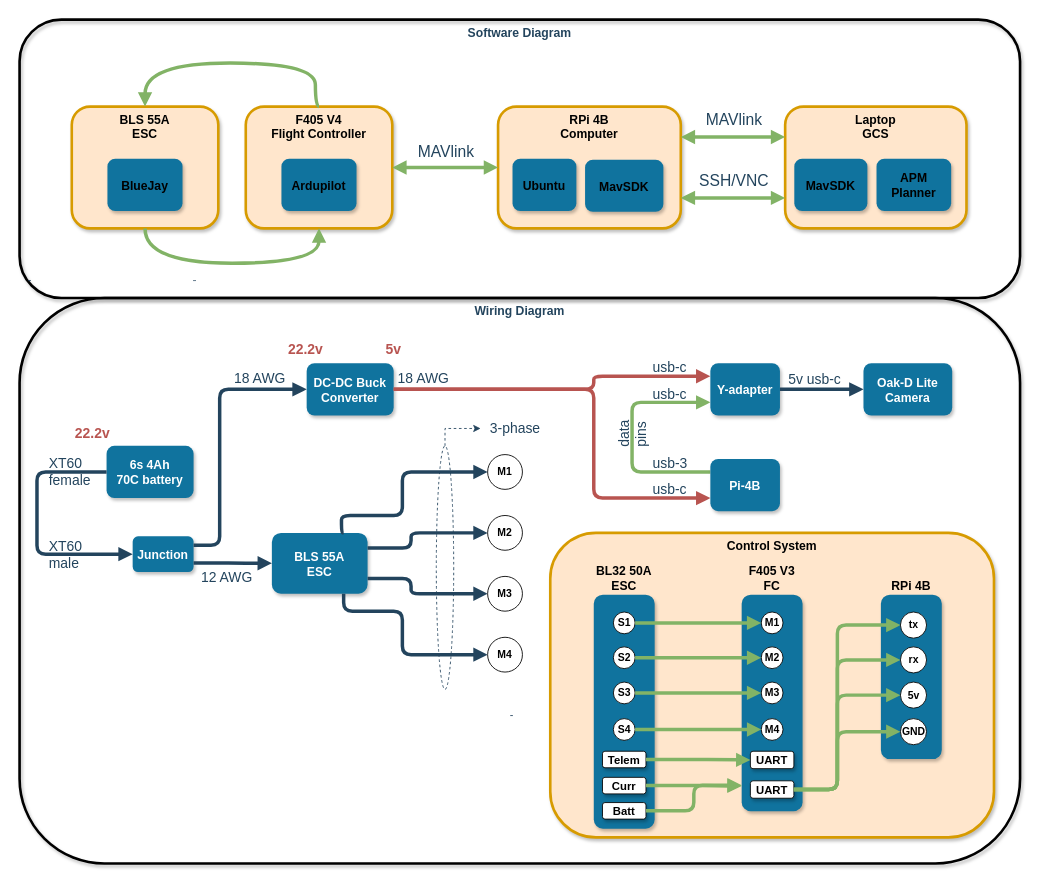
MichaelThamm/autonomous-drone keeps this draw.io diagram as electrical-design/wiring-diagram.drawio. Above is the earlier version. Source tidied: cells renumbered, new cells numbered last; positions are measured from the earlier drawing's top-left corner, leaving out a move shared by most shapes. Both pictures are drawn from the tidied source at 87%, with x=0, y=0 at pixel (19, 19).
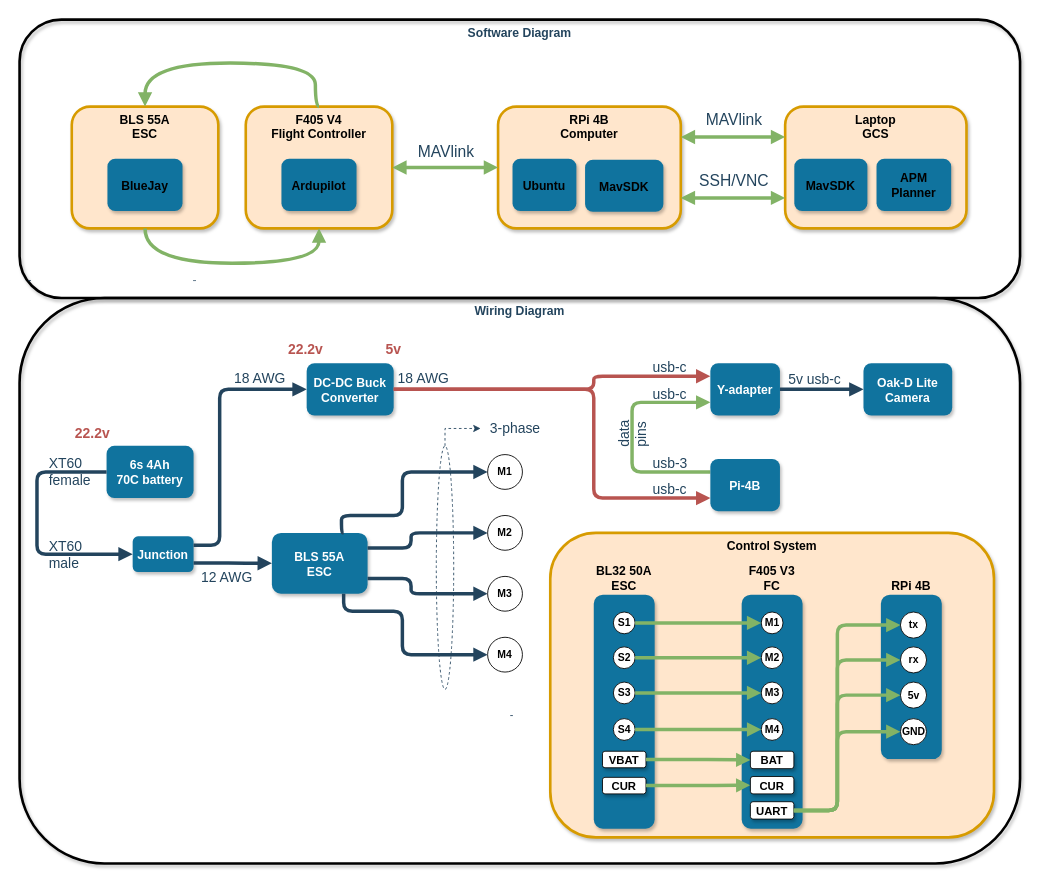
Above is the later version.

Unchanged cells that the change refers to:
```xml
<mxCell id="3" style="group;" parent="1" vertex="1">
  <mxGeometry x="610" y="590" width="510" height="350" as="geometry" />
</mxCell>
```

Diff of the diagram source:
```diff
@@
     <mxCell id="5" value="F405 V3&#10;FC" style="rounded=1;fillColor=#10739E;strokeColor=none;shadow=1;gradientColor=none;fontStyle=1;fontColor=#000000;fontSize=14;verticalAlign=bottom;labelPosition=center;verticalLabelPosition=top;align=center;" parent="3" vertex="1">
-      <mxGeometry x="220" y="71" width="70" height="249" as="geometry" />
+      <mxGeometry x="220" y="71" width="70" height="269" as="geometry" />
     </mxCell>
@@
-    <mxCell id="10" value="UART" style="rounded=1;shadow=1;fontStyle=1;fontSize=13;horizontal=1;" parent="3" vertex="1">
+    <mxCell id="10" value="BAT" style="rounded=1;shadow=1;fontStyle=1;fontSize=13;horizontal=1;" parent="3" vertex="1">
       <mxGeometry x="230" y="251" width="50" height="20" as="geometry" />
     </mxCell>
@@
-    <mxCell id="16" value="Telem" style="rounded=1;shadow=1;fontStyle=1;fontSize=13;horizontal=1;" parent="3" vertex="1">
+    <mxCell id="16" value="VBAT" style="rounded=1;shadow=1;fontStyle=1;fontSize=13;horizontal=1;" parent="3" vertex="1">
       <mxGeometry x="60" y="251" width="50" height="19" as="geometry" />
     </mxCell>
@@
     <mxCell id="27" value="UART" style="rounded=1;shadow=1;fontStyle=1;fontSize=13;horizontal=1;" parent="3" vertex="1">
-      <mxGeometry x="230" y="285" width="50" height="20" as="geometry" />
+      <mxGeometry x="230" y="309" width="50" height="20" as="geometry" />
     </mxCell>
@@
-    <mxCell id="32" value="Curr" style="rounded=1;shadow=1;fontStyle=1;fontSize=13;horizontal=1;" parent="3" vertex="1">
+    <mxCell id="32" value="CUR" style="rounded=1;shadow=1;fontStyle=1;fontSize=13;horizontal=1;" parent="3" vertex="1">
       <mxGeometry x="60" y="281" width="50" height="19" as="geometry" />
     </mxCell>
-    <mxCell id="33" value="Batt" style="rounded=1;shadow=1;fontStyle=1;fontSize=13;horizontal=1;" parent="3" vertex="1">
-      <mxGeometry x="60" y="310" width="50" height="19" as="geometry" />
-    </mxCell>
-    <mxCell id="34" style="edgeStyle=elbowEdgeStyle;strokeWidth=4;endArrow=block;endFill=1;fontStyle=1;strokeColor=#82b366;fillColor=#d5e8d4;exitX=1;exitY=0.5;exitDx=0;exitDy=0;" parent="3" edge="1" source="32">
+    <mxCell id="34" style="edgeStyle=elbowEdgeStyle;strokeWidth=4;endArrow=block;endFill=1;fontStyle=1;strokeColor=#82b366;fillColor=#d5e8d4;exitX=1;exitY=0.5;exitDx=0;exitDy=0;entryX=0;entryY=0.5;entryDx=0;entryDy=0;" parent="3" edge="1" source="32" target="102">
       <mxGeometry x="-1378" y="-1054.5" as="geometry">
-        <mxPoint x="220" y="291" as="targetPoint" />
         <Array as="points">
           <mxPoint x="180" y="280" />
         </Array>
       </mxGeometry>
     </mxCell>
-    <mxCell id="35" style="edgeStyle=elbowEdgeStyle;strokeWidth=4;endArrow=block;endFill=1;fontStyle=1;strokeColor=#82b366;fillColor=#d5e8d4;exitX=1;exitY=0.5;exitDx=0;exitDy=0;" parent="3" edge="1" source="33">
-      <mxGeometry x="-2068" y="-1484.5" as="geometry">
-        <mxPoint x="220" y="290" as="targetPoint" />
-      </mxGeometry>
-    </mxCell>
+    <mxCell id="102" value="CUR" style="rounded=1;shadow=1;fontStyle=1;fontSize=13;horizontal=1;" parent="3" vertex="1">
+      <mxGeometry x="230" y="280" width="50" height="20" as="geometry" />
+    </mxCell>
```
